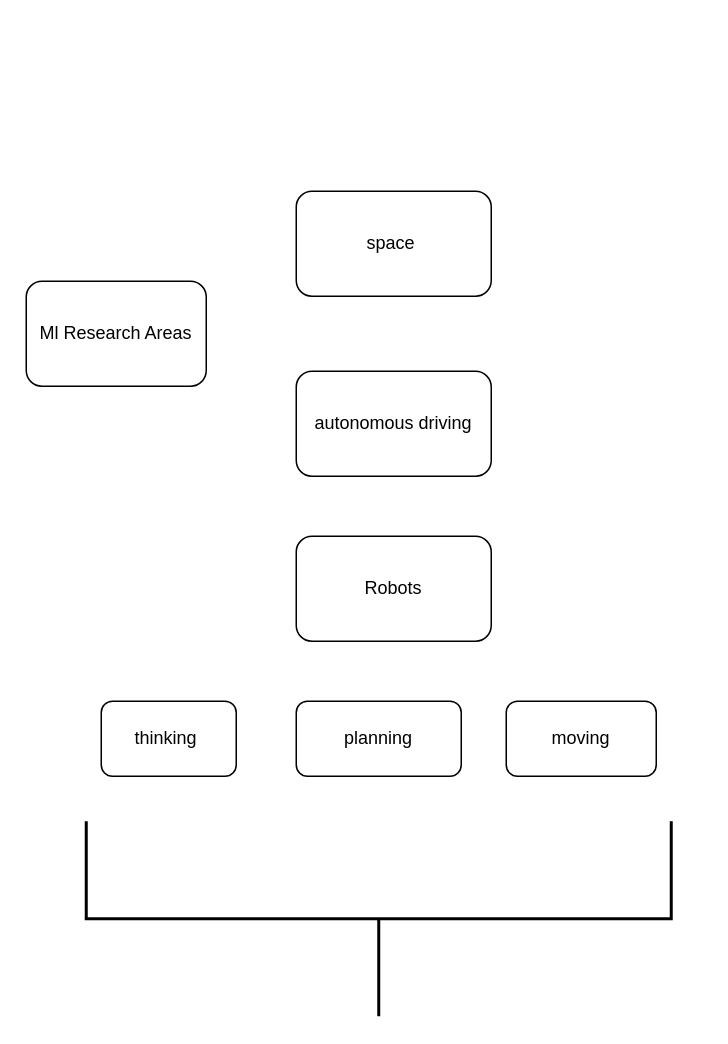
This is first.drawio from code-learning-archive/ml-research-ideas, a draw.io file, before an edit. Source tidied: cells renumbered, new cells numbered last; positions are measured from the earlier drawing's top-left corner, leaving out a move shared by most shapes. Both pictures are drawn from the tidied source at 150%, with x=0, y=0 at pixel (26, 190).
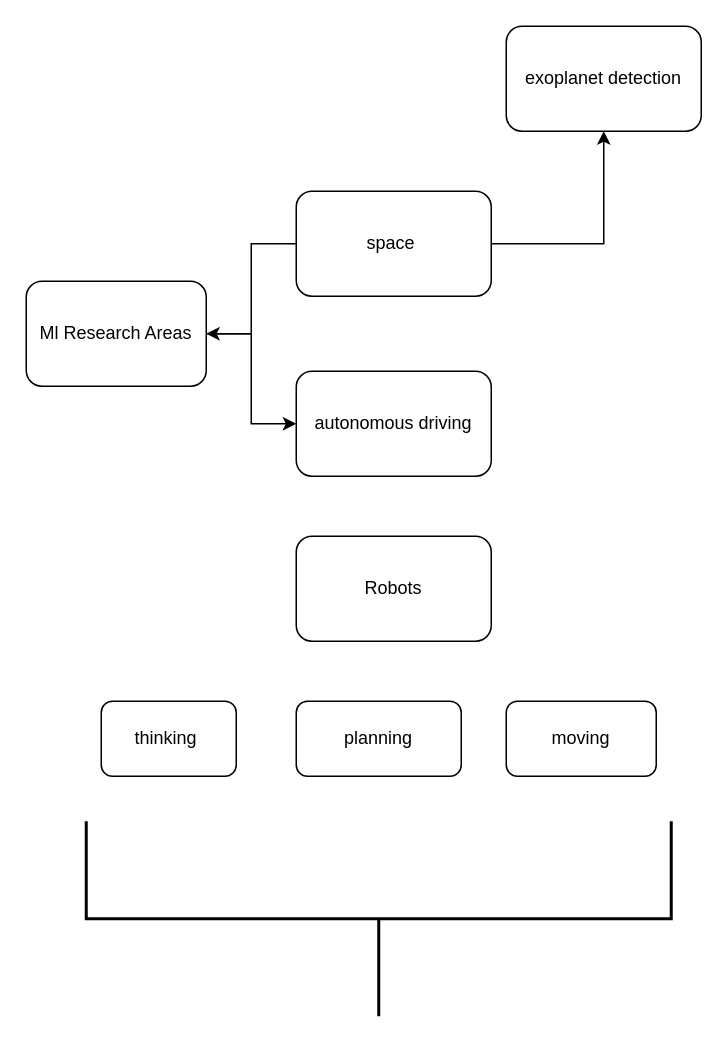
The same page after the edit.

Diff of the diagram source:
```diff
@@
 <mxGraphModel>
   <root>
     <mxCell id="0" />
     <mxCell id="1" parent="0" />
+    <mxCell id="10" style="edgeStyle=orthogonalEdgeStyle;rounded=0;jettySize=auto;html=1;" parent="1" edge="1" source="2" target="4">
+      <mxGeometry relative="1" as="geometry" />
+    </mxCell>
     <mxCell id="2" value="Ml Research Areas" style="rounded=1;whiteSpace=wrap;html=1;" parent="1" vertex="1">
       <mxGeometry y="60" width="120" height="70" as="geometry" />
     </mxCell>
+    <mxCell id="11" style="edgeStyle=orthogonalEdgeStyle;rounded=0;jettySize=auto;html=1;" parent="1" edge="1" source="3" target="2">
+      <mxGeometry relative="1" as="geometry" />
+    </mxCell>
+    <mxCell id="12" style="edgeStyle=orthogonalEdgeStyle;rounded=0;jettySize=auto;html=1;" parent="1" edge="1" source="3" target="13">
+      <mxGeometry relative="1" as="geometry" />
+    </mxCell>
     <mxCell id="3" value="space&amp;nbsp;" style="rounded=1;whiteSpace=wrap;html=1;" parent="1" vertex="1">
       <mxGeometry x="180" width="130" height="70" as="geometry" />
     </mxCell>
     <mxCell id="4" value="autonomous driving" style="rounded=1;whiteSpace=wrap;html=1;" parent="1" vertex="1">
       <mxGeometry x="180" y="120" width="130" height="70" as="geometry" />
     </mxCell>
     <mxCell id="5" value="Robots" style="rounded=1;whiteSpace=wrap;html=1;" parent="1" vertex="1">
       <mxGeometry x="180" y="230" width="130" height="70" as="geometry" />
     </mxCell>
     <mxCell id="6" value="moving" style="rounded=1;whiteSpace=wrap;html=1;" parent="1" vertex="1">
       <mxGeometry x="320" y="340" width="100" height="50" as="geometry" />
     </mxCell>
     <mxCell id="7" value="planning" style="rounded=1;whiteSpace=wrap;html=1;" parent="1" vertex="1">
       <mxGeometry x="180" y="340" width="110" height="50" as="geometry" />
     </mxCell>
     <mxCell id="8" value="thinking&amp;nbsp;" style="rounded=1;whiteSpace=wrap;html=1;" parent="1" vertex="1">
       <mxGeometry x="50" y="340" width="90" height="50" as="geometry" />
     </mxCell>
     <mxCell id="9" style="strokeWidth=2;html=1;shape=mxgraph.flowchart.annotation_2;align=left;labelPosition=right;rotation=-90;" parent="1" vertex="1">
       <mxGeometry x="170" y="290" width="130" height="390" as="geometry" />
     </mxCell>
+    <mxCell id="13" value="exoplanet detection" style="rounded=1;whiteSpace=wrap;html=1;" parent="1" vertex="1">
+      <mxGeometry x="320" y="-110" width="130" height="70" as="geometry" />
+    </mxCell>
   </root>
 </mxGraphModel>
```
